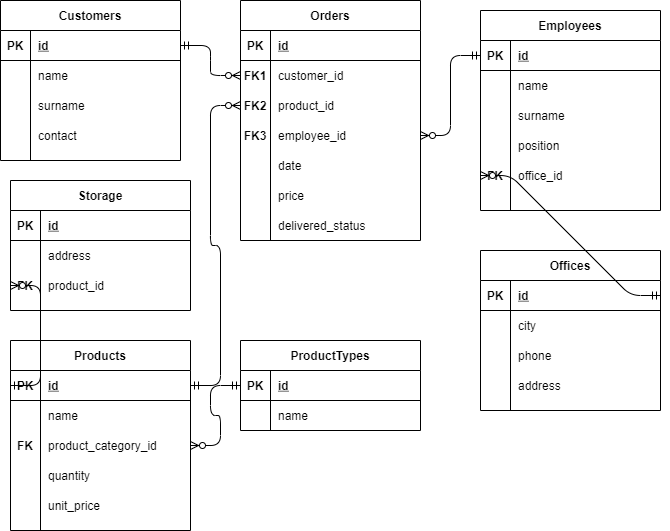
The draw.io diagram shop.png in dima-xd/golang-training-shop, before a commit. Source tidied: cells renumbered, new cells last; positions are measured from the earlier drawing's top-left corner, leaving out a move shared by most shapes.
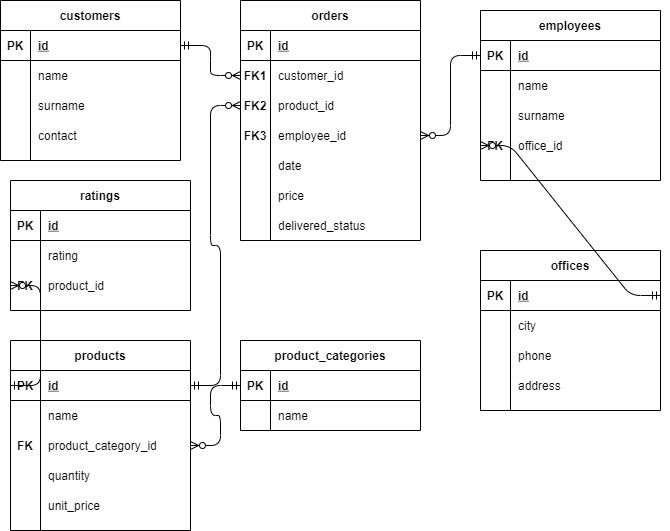
After the change.

Commit message:
update shop diagram

What changed in the source:
```diff
@@ -2,7 +2,7 @@
   <root>
     <mxCell id="0" />
     <mxCell id="1" parent="0" />
-    <mxCell id="2" value="Customers" style="shape=table;startSize=30;rowLines=0;fontStyle=1;align=center;" parent="1" vertex="1">
+    <mxCell id="2" value="customers" style="shape=table;startSize=30;rowLines=0;fontStyle=1;align=center;" parent="1" vertex="1">
       <mxGeometry width="180" height="160" as="geometry" />
     </mxCell>
     <mxCell id="3" style="shape=partialRectangle;fillColor=none;top=0;left=0;bottom=1;right=0;points=[[0,0.5],[1,0.5]];portConstraint=eastwest;" parent="2" vertex="1">
@@ -41,8 +41,8 @@
     <mxCell id="14" value="contact" style="shape=partialRectangle;fillColor=none;top=0;left=0;bottom=0;right=0;align=left;spacingLeft=6;overflow=hidden;" parent="12" vertex="1">
       <mxGeometry x="30" width="150" height="30" as="geometry" />
     </mxCell>
-    <mxCell id="15" value="Employees" style="shape=table;startSize=30;rowLines=0;fontStyle=1;align=center;" parent="1" vertex="1">
-      <mxGeometry x="480" y="10" width="180" height="200" as="geometry" />
+    <mxCell id="15" value="employees" style="shape=table;startSize=30;rowLines=0;fontStyle=1;align=center;" parent="1" vertex="1">
+      <mxGeometry x="480" y="10" width="180" height="170" as="geometry" />
     </mxCell>
     <mxCell id="16" style="shape=partialRectangle;fillColor=none;top=0;left=0;bottom=1;right=0;points=[[0,0.5],[1,0.5]];portConstraint=eastwest;" parent="15" vertex="1">
       <mxGeometry y="30" width="180" height="30" as="geometry" />
@@ -71,17 +71,8 @@
     <mxCell id="24" value="surname" style="shape=partialRectangle;fillColor=none;top=0;left=0;bottom=0;right=0;align=left;spacingLeft=6;overflow=hidden;" parent="22" vertex="1">
       <mxGeometry x="30" width="150" height="30" as="geometry" />
     </mxCell>
-    <mxCell id="25" style="shape=partialRectangle;fillColor=none;top=0;left=0;bottom=0;right=0;" parent="15" vertex="1">
-      <mxGeometry y="120" width="180" height="30" as="geometry" />
-    </mxCell>
-    <mxCell id="26" style="shape=partialRectangle;fillColor=none;top=0;left=0;bottom=0;right=0;overflow=hidden;" parent="25" vertex="1">
-      <mxGeometry width="30" height="30" as="geometry" />
-    </mxCell>
-    <mxCell id="27" value="position" style="shape=partialRectangle;fillColor=none;top=0;left=0;bottom=0;right=0;align=left;spacingLeft=6;overflow=hidden;" parent="25" vertex="1">
-      <mxGeometry x="30" width="150" height="30" as="geometry" />
-    </mxCell>
     <mxCell id="28" style="shape=partialRectangle;fillColor=none;top=0;left=0;bottom=0;right=0;points=[[0,0.5],[1,0.5]];portConstraint=eastwest;" parent="15" vertex="1">
-      <mxGeometry y="150" width="180" height="30" as="geometry" />
+      <mxGeometry y="120" width="180" height="30" as="geometry" />
     </mxCell>
     <mxCell id="29" value="FK" style="shape=partialRectangle;fillColor=none;top=0;left=0;bottom=0;right=0;overflow=hidden;fontStyle=1;" parent="28" vertex="1">
       <mxGeometry width="30" height="30" as="geometry" />
@@ -89,7 +80,7 @@
     <mxCell id="30" value="office_id" style="shape=partialRectangle;fillColor=none;top=0;left=0;bottom=0;right=0;align=left;spacingLeft=6;overflow=hidden;" parent="28" vertex="1">
       <mxGeometry x="30" width="150" height="30" as="geometry" />
     </mxCell>
-    <mxCell id="31" value="Orders" style="shape=table;startSize=30;rowLines=0;fontStyle=1;align=center;" parent="1" vertex="1">
+    <mxCell id="31" value="orders" style="shape=table;startSize=30;rowLines=0;fontStyle=1;align=center;" parent="1" vertex="1">
       <mxGeometry x="240" width="180" height="240" as="geometry" />
     </mxCell>
     <mxCell id="32" style="shape=partialRectangle;fillColor=none;top=0;left=0;bottom=1;right=0;" parent="31" vertex="1">
@@ -155,7 +146,7 @@
     <mxCell id="52" value="delivered_status" style="shape=partialRectangle;fillColor=none;top=0;left=0;bottom=0;right=0;align=left;spacingLeft=6;overflow=hidden;" parent="50" vertex="1">
       <mxGeometry x="30" width="150" height="30" as="geometry" />
     </mxCell>
-    <mxCell id="53" value="Products" style="shape=table;startSize=30;rowLines=0;fontStyle=1;align=center;" parent="1" vertex="1">
+    <mxCell id="53" value="products" style="shape=table;startSize=30;rowLines=0;fontStyle=1;align=center;" parent="1" vertex="1">
       <mxGeometry x="10" y="340" width="180" height="190" as="geometry" />
     </mxCell>
     <mxCell id="54" style="shape=partialRectangle;fillColor=none;top=0;left=0;bottom=1;right=0;points=[[0,0.5],[1,0.5]];portConstraint=eastwest;" parent="53" vertex="1">
@@ -212,7 +203,7 @@
     <mxCell id="71" style="edgeStyle=entityRelationEdgeStyle;fontSize=12;html=1;endArrow=ERzeroToMany;startArrow=ERmandOne;exitX=0;exitY=0.5;exitDx=0;exitDy=0;entryX=1;entryY=0.5;entryDx=0;entryDy=0;" parent="1" edge="1" source="16" target="41">
       <mxGeometry relative="1" as="geometry" />
     </mxCell>
-    <mxCell id="72" value="ProductTypes" style="shape=table;startSize=30;rowLines=0;fontStyle=1;align=center;" parent="1" vertex="1">
+    <mxCell id="72" value="product_categories" style="shape=table;startSize=30;rowLines=0;fontStyle=1;align=center;" parent="1" vertex="1">
       <mxGeometry x="240" y="340" width="180" height="90" as="geometry" />
     </mxCell>
     <mxCell id="73" style="shape=partialRectangle;fillColor=none;top=0;left=0;bottom=1;right=0;points=[[0,0.5],[1,0.5]];portConstraint=eastwest;" parent="72" vertex="1">
@@ -236,7 +227,7 @@
     <mxCell id="79" style="edgeStyle=entityRelationEdgeStyle;fontSize=12;html=1;endArrow=ERzeroToMany;startArrow=ERmandOne;exitX=0;exitY=0.5;exitDx=0;exitDy=0;entryX=1;entryY=0.5;entryDx=0;entryDy=0;" parent="1" edge="1" source="73" target="60">
       <mxGeometry relative="1" as="geometry" />
     </mxCell>
-    <mxCell id="80" value="Offices" style="shape=table;startSize=30;rowLines=0;fontStyle=1;align=center;" parent="1" vertex="1">
+    <mxCell id="80" value="offices" style="shape=table;startSize=30;rowLines=0;fontStyle=1;align=center;" parent="1" vertex="1">
       <mxGeometry x="480" y="250" width="180" height="160" as="geometry" />
     </mxCell>
     <mxCell id="81" style="shape=partialRectangle;fillColor=none;top=0;left=0;bottom=1;right=0;points=[[0,0.5],[1,0.5]];portConstraint=eastwest;" parent="80" vertex="1">
@@ -278,7 +269,7 @@
     <mxCell id="93" style="edgeStyle=entityRelationEdgeStyle;fontSize=12;html=1;endArrow=ERzeroToMany;startArrow=ERmandOne;exitX=1;exitY=0.5;exitDx=0;exitDy=0;entryX=0;entryY=0.5;entryDx=0;entryDy=0;" parent="1" edge="1" source="81" target="28">
       <mxGeometry relative="1" as="geometry" />
     </mxCell>
-    <mxCell id="94" value="Storage" style="shape=table;startSize=30;rowLines=0;fontStyle=1;align=center;" parent="1" vertex="1">
+    <mxCell id="94" value="ratings" style="shape=table;startSize=30;rowLines=0;fontStyle=1;align=center;" parent="1" vertex="1">
       <mxGeometry x="10" y="180" width="180" height="130" as="geometry" />
     </mxCell>
     <mxCell id="95" style="shape=partialRectangle;fillColor=none;top=0;left=0;bottom=1;right=0;" parent="94" vertex="1">
@@ -296,7 +287,7 @@
     <mxCell id="99" style="shape=partialRectangle;fillColor=none;top=0;left=0;bottom=0;right=0;overflow=hidden;" parent="98" vertex="1">
       <mxGeometry width="30" height="30" as="geometry" />
     </mxCell>
-    <mxCell id="100" value="address" style="shape=partialRectangle;fillColor=none;top=0;left=0;bottom=0;right=0;align=left;spacingLeft=6;overflow=hidden;" parent="98" vertex="1">
+    <mxCell id="100" value="rating" style="shape=partialRectangle;fillColor=none;top=0;left=0;bottom=0;right=0;align=left;spacingLeft=6;overflow=hidden;" parent="98" vertex="1">
       <mxGeometry x="30" width="150" height="30" as="geometry" />
     </mxCell>
     <mxCell id="101" style="shape=partialRectangle;fillColor=none;top=0;left=0;bottom=0;right=0;points=[[0,0.5],[1,0.5]];portConstraint=eastwest;" parent="94" vertex="1">
```
